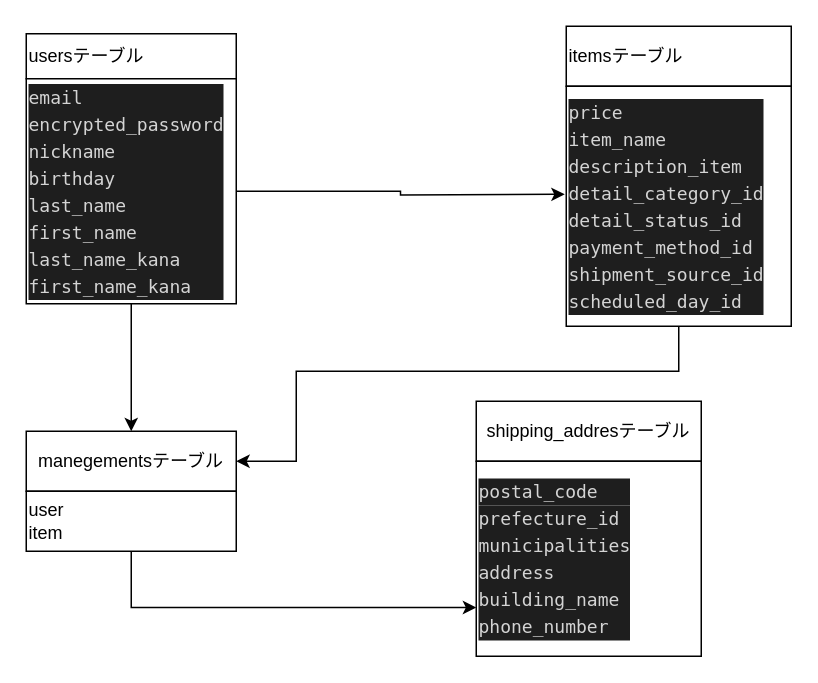
noguchi-takanori/furima-36054 keeps this draw.io diagram as sekkei.dio. Above is the earlier version. Source tidied: cells renumbered, new cells numbered last; positions are measured from the earlier drawing's top-left corner, leaving out a move shared by most shapes. Both pictures are drawn from the tidied source at 150%, with x=0, y=0 at pixel (26, 26).
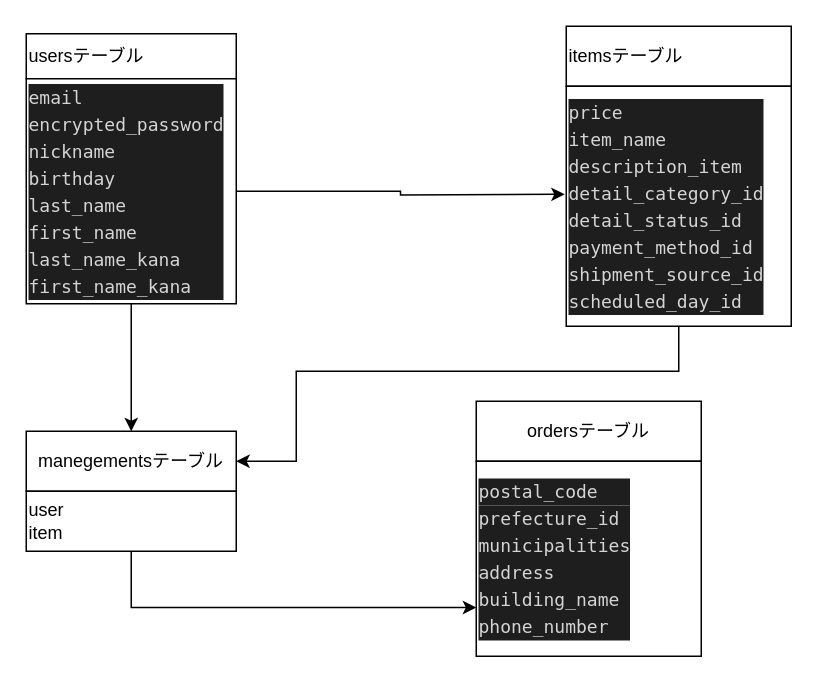
After the change.

Diff of the diagram source:
```diff
@@
 <mxGraphModel>
   <root>
     <mxCell id="0" />
     <mxCell id="1" parent="0" />
     <mxCell id="2" value="usersテーブル" style="rounded=0;whiteSpace=wrap;html=1;align=left;" parent="1" vertex="1">
       <mxGeometry y="5" width="140" height="30" as="geometry" />
     </mxCell>
     <mxCell id="3" style="edgeStyle=orthogonalEdgeStyle;rounded=0;jettySize=auto;html=1;exitX=0.5;exitY=1;exitDx=0;exitDy=0;entryX=0.5;entryY=0;entryDx=0;entryDy=0;" parent="1" edge="1" source="5" target="9">
       <mxGeometry relative="1" as="geometry" />
     </mxCell>
     <mxCell id="4" style="edgeStyle=orthogonalEdgeStyle;rounded=0;jettySize=auto;html=1;exitX=1;exitY=0.5;exitDx=0;exitDy=0;" parent="1" edge="1" source="5">
       <mxGeometry relative="1" as="geometry">
         <mxPoint x="359" y="112" as="targetPoint" />
       </mxGeometry>
     </mxCell>
     <mxCell id="5" value="&lt;div style=&quot;color: rgb(212 , 212 , 212) ; background-color: rgb(30 , 30 , 30) ; font-family: &amp;#34;menlo&amp;#34; , &amp;#34;monaco&amp;#34; , &amp;#34;courier new&amp;#34; , monospace ; line-height: 18px&quot;&gt;email&lt;/div&gt;&lt;div style=&quot;color: rgb(212 , 212 , 212) ; background-color: rgb(30 , 30 , 30) ; font-family: &amp;#34;menlo&amp;#34; , &amp;#34;monaco&amp;#34; , &amp;#34;courier new&amp;#34; , monospace ; line-height: 18px&quot;&gt;&lt;div style=&quot;font-family: &amp;#34;menlo&amp;#34; , &amp;#34;monaco&amp;#34; , &amp;#34;courier new&amp;#34; , monospace ; line-height: 18px&quot;&gt;encrypted_password&lt;/div&gt;&lt;div style=&quot;font-family: &amp;#34;menlo&amp;#34; , &amp;#34;monaco&amp;#34; , &amp;#34;courier new&amp;#34; , monospace ; line-height: 18px&quot;&gt;&lt;div style=&quot;font-family: &amp;#34;menlo&amp;#34; , &amp;#34;monaco&amp;#34; , &amp;#34;courier new&amp;#34; , monospace ; line-height: 18px&quot;&gt;nickname&lt;/div&gt;&lt;div style=&quot;font-family: &amp;#34;menlo&amp;#34; , &amp;#34;monaco&amp;#34; , &amp;#34;courier new&amp;#34; , monospace ; line-height: 18px&quot;&gt;&lt;div style=&quot;line-height: 18px&quot;&gt;birthday&lt;/div&gt;&lt;div style=&quot;line-height: 18px&quot;&gt;&lt;div style=&quot;line-height: 18px&quot;&gt;last_name&lt;/div&gt;&lt;div style=&quot;line-height: 18px&quot;&gt;&lt;div style=&quot;line-height: 18px&quot;&gt;first_name&lt;/div&gt;&lt;div style=&quot;line-height: 18px&quot;&gt;&lt;div style=&quot;line-height: 18px&quot;&gt;last_name_kana&lt;/div&gt;&lt;div style=&quot;line-height: 18px&quot;&gt;&lt;div style=&quot;line-height: 18px&quot;&gt;first_name_kana&lt;/div&gt;&lt;/div&gt;&lt;/div&gt;&lt;/div&gt;&lt;/div&gt;&lt;/div&gt;&lt;/div&gt;&lt;/div&gt;" style="rounded=0;whiteSpace=wrap;html=1;align=left;" parent="1" vertex="1">
       <mxGeometry y="35" width="140" height="150" as="geometry" />
     </mxCell>
     <mxCell id="6" value="itemsテーブル" style="rounded=0;whiteSpace=wrap;html=1;align=left;" parent="1" vertex="1">
       <mxGeometry x="360" width="150" height="40" as="geometry" />
     </mxCell>
     <mxCell id="7" style="edgeStyle=orthogonalEdgeStyle;rounded=0;jettySize=auto;html=1;exitX=0.5;exitY=1;exitDx=0;exitDy=0;entryX=1;entryY=0.5;entryDx=0;entryDy=0;" parent="1" edge="1" source="8" target="9">
       <mxGeometry relative="1" as="geometry">
         <Array as="points">
           <mxPoint x="435" y="230" />
           <mxPoint x="180" y="230" />
           <mxPoint x="180" y="290" />
         </Array>
       </mxGeometry>
     </mxCell>
     <mxCell id="8" value="&lt;div style=&quot;color: rgb(212 , 212 , 212) ; background-color: rgb(30 , 30 , 30) ; font-family: &amp;#34;menlo&amp;#34; , &amp;#34;monaco&amp;#34; , &amp;#34;courier new&amp;#34; , monospace ; line-height: 18px&quot;&gt;price&lt;/div&gt;&lt;div style=&quot;color: rgb(212 , 212 , 212) ; background-color: rgb(30 , 30 , 30) ; font-family: &amp;#34;menlo&amp;#34; , &amp;#34;monaco&amp;#34; , &amp;#34;courier new&amp;#34; , monospace ; line-height: 18px&quot;&gt;&lt;div style=&quot;font-family: &amp;#34;menlo&amp;#34; , &amp;#34;monaco&amp;#34; , &amp;#34;courier new&amp;#34; , monospace ; line-height: 18px&quot;&gt;item_name&lt;/div&gt;&lt;div style=&quot;font-family: &amp;#34;menlo&amp;#34; , &amp;#34;monaco&amp;#34; , &amp;#34;courier new&amp;#34; , monospace ; line-height: 18px&quot;&gt;&lt;div style=&quot;line-height: 18px&quot;&gt;description_item&lt;/div&gt;&lt;div style=&quot;line-height: 18px&quot;&gt;&lt;div style=&quot;line-height: 18px&quot;&gt;detail_category_id&lt;/div&gt;&lt;div style=&quot;line-height: 18px&quot;&gt;&lt;div style=&quot;line-height: 18px&quot;&gt;detail_status_id&lt;/div&gt;&lt;/div&gt;&lt;/div&gt;&lt;/div&gt;&lt;div style=&quot;font-family: &amp;#34;menlo&amp;#34; , &amp;#34;monaco&amp;#34; , &amp;#34;courier new&amp;#34; , monospace ; line-height: 18px&quot;&gt;&lt;div style=&quot;line-height: 18px&quot;&gt;payment_method_id&lt;/div&gt;&lt;div style=&quot;line-height: 18px&quot;&gt;&lt;div style=&quot;line-height: 18px&quot;&gt;shipment_source_id&lt;/div&gt;&lt;div style=&quot;line-height: 18px&quot;&gt;&lt;div style=&quot;line-height: 18px&quot;&gt;scheduled_day_id&lt;/div&gt;&lt;/div&gt;&lt;/div&gt;&lt;/div&gt;&lt;/div&gt;" style="rounded=0;whiteSpace=wrap;html=1;align=left;" parent="1" vertex="1">
       <mxGeometry x="360" y="40" width="150" height="160" as="geometry" />
     </mxCell>
     <mxCell id="9" value="manegementsテーブル" style="rounded=0;whiteSpace=wrap;html=1;" parent="1" vertex="1">
       <mxGeometry y="270" width="140" height="40" as="geometry" />
     </mxCell>
     <mxCell id="10" style="edgeStyle=orthogonalEdgeStyle;rounded=0;jettySize=auto;html=1;exitX=0.5;exitY=1;exitDx=0;exitDy=0;entryX=0;entryY=0.75;entryDx=0;entryDy=0;" parent="1" edge="1" source="11" target="13">
       <mxGeometry relative="1" as="geometry" />
     </mxCell>
     <mxCell id="11" value="user&lt;br&gt;&lt;div&gt;&lt;span&gt;item&lt;/span&gt;&lt;/div&gt;" style="rounded=0;whiteSpace=wrap;html=1;align=left;" parent="1" vertex="1">
       <mxGeometry y="310" width="140" height="40" as="geometry" />
     </mxCell>
-    <mxCell id="12" value="shipping_addresテーブル" style="rounded=0;whiteSpace=wrap;html=1;" parent="1" vertex="1">
+    <mxCell id="12" value="ordersテーブル" style="rounded=0;whiteSpace=wrap;html=1;" parent="1" vertex="1">
       <mxGeometry x="300" y="250" width="150" height="40" as="geometry" />
     </mxCell>
     <mxCell id="13" value="&lt;div style=&quot;color: rgb(212 , 212 , 212) ; background-color: rgb(30 , 30 , 30) ; font-family: &amp;#34;menlo&amp;#34; , &amp;#34;monaco&amp;#34; , &amp;#34;courier new&amp;#34; , monospace ; line-height: 18px&quot;&gt;postal_code&lt;/div&gt;&lt;div style=&quot;color: rgb(212 , 212 , 212) ; background-color: rgb(30 , 30 , 30) ; font-family: &amp;#34;menlo&amp;#34; , &amp;#34;monaco&amp;#34; , &amp;#34;courier new&amp;#34; , monospace ; line-height: 18px&quot;&gt;&lt;div style=&quot;line-height: 18px&quot;&gt;prefecture_id&lt;/div&gt;&lt;div style=&quot;line-height: 18px&quot;&gt;&lt;div style=&quot;line-height: 18px&quot;&gt;municipalities&lt;/div&gt;&lt;div style=&quot;line-height: 18px&quot;&gt;&lt;div style=&quot;line-height: 18px&quot;&gt;address&lt;/div&gt;&lt;div style=&quot;line-height: 18px&quot;&gt;&lt;div style=&quot;line-height: 18px&quot;&gt;building_name&lt;/div&gt;&lt;div style=&quot;line-height: 18px&quot;&gt;&lt;div style=&quot;line-height: 18px&quot;&gt;phone_number&lt;/div&gt;&lt;/div&gt;&lt;/div&gt;&lt;/div&gt;&lt;/div&gt;&lt;/div&gt;" style="rounded=0;whiteSpace=wrap;html=1;align=left;" parent="1" vertex="1">
       <mxGeometry x="300" y="290" width="150" height="130" as="geometry" />
     </mxCell>
   </root>
 </mxGraphModel>
```
